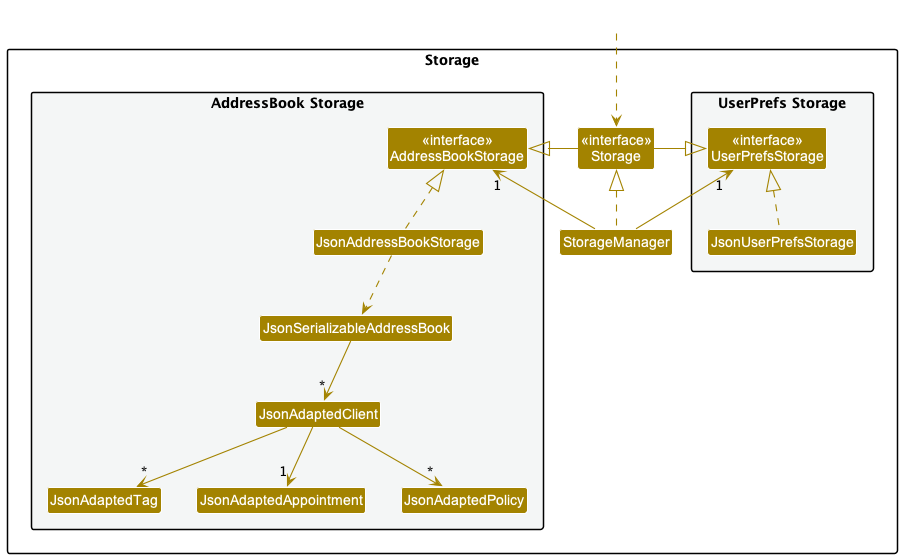
nus-cs2103-AY2223S2/tp keeps this PlantUML diagram as docs/images/StorageClassDiagram.png. Above is the earlier version.
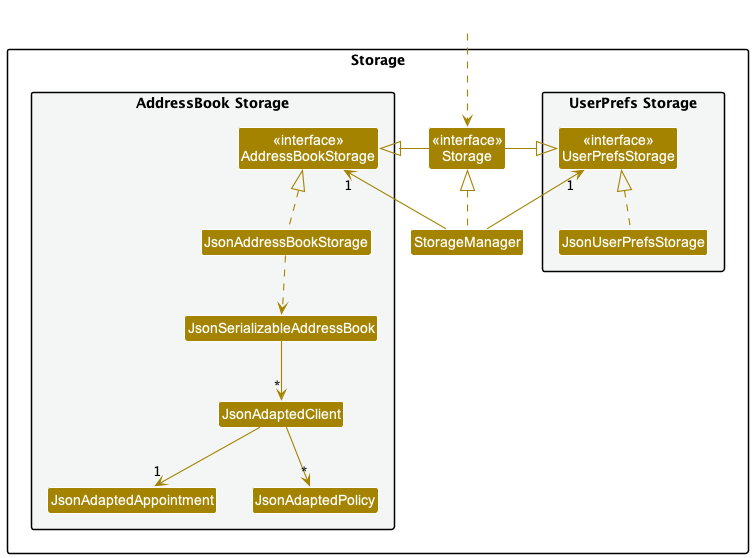
The same file after the commit.

The edit, as a diff of the source:
```diff
@@ -19,7 +19,6 @@
 Class JsonAddressBookStorage
 Class JsonSerializableAddressBook
 Class JsonAdaptedClient
-Class JsonAdaptedTag
 Class JsonAdaptedAppointment
 Class JsonAdaptedPolicy
 }
@@ -40,7 +39,6 @@
 JsonAddressBookStorage .up.|> AddressBookStorage
 JsonAddressBookStorage ..> JsonSerializableAddressBook
 JsonSerializableAddressBook --> "*" JsonAdaptedClient
-JsonAdaptedClient --> "*" JsonAdaptedTag
 JsonAdaptedClient --> "*" JsonAdaptedPolicy
 JsonAdaptedClient --> "1" JsonAdaptedAppointment
 
```
